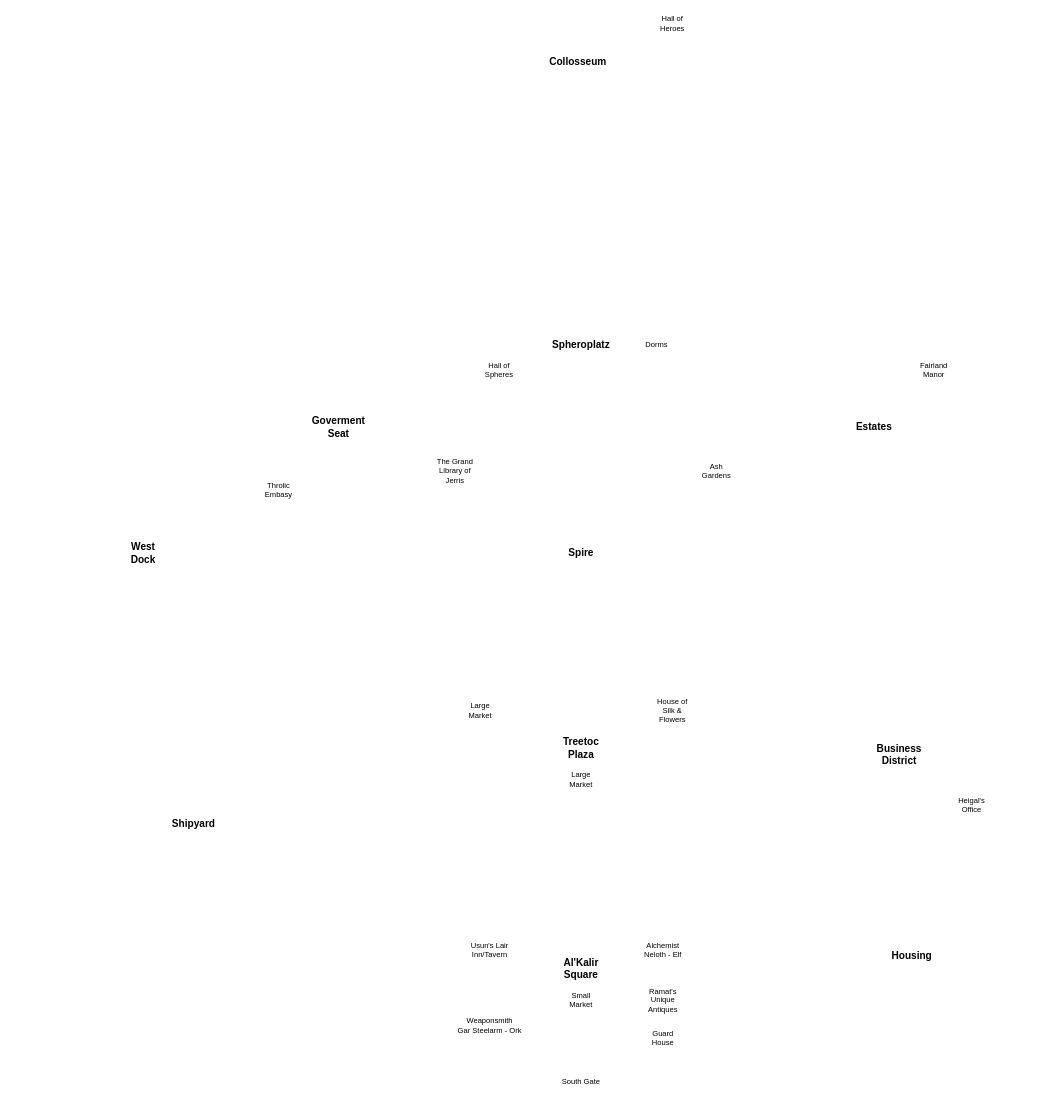
The draw.io diagram Jerris.drawio in marcusspain/drawings, before the edit. Source tidied: cells renumbered, new cells numbered last; positions are measured from the earlier drawing's top-left corner, leaving out a move shared by most shapes. Both pictures are drawn from the tidied source at 63%, with x=0, y=0 at pixel (130, 11).
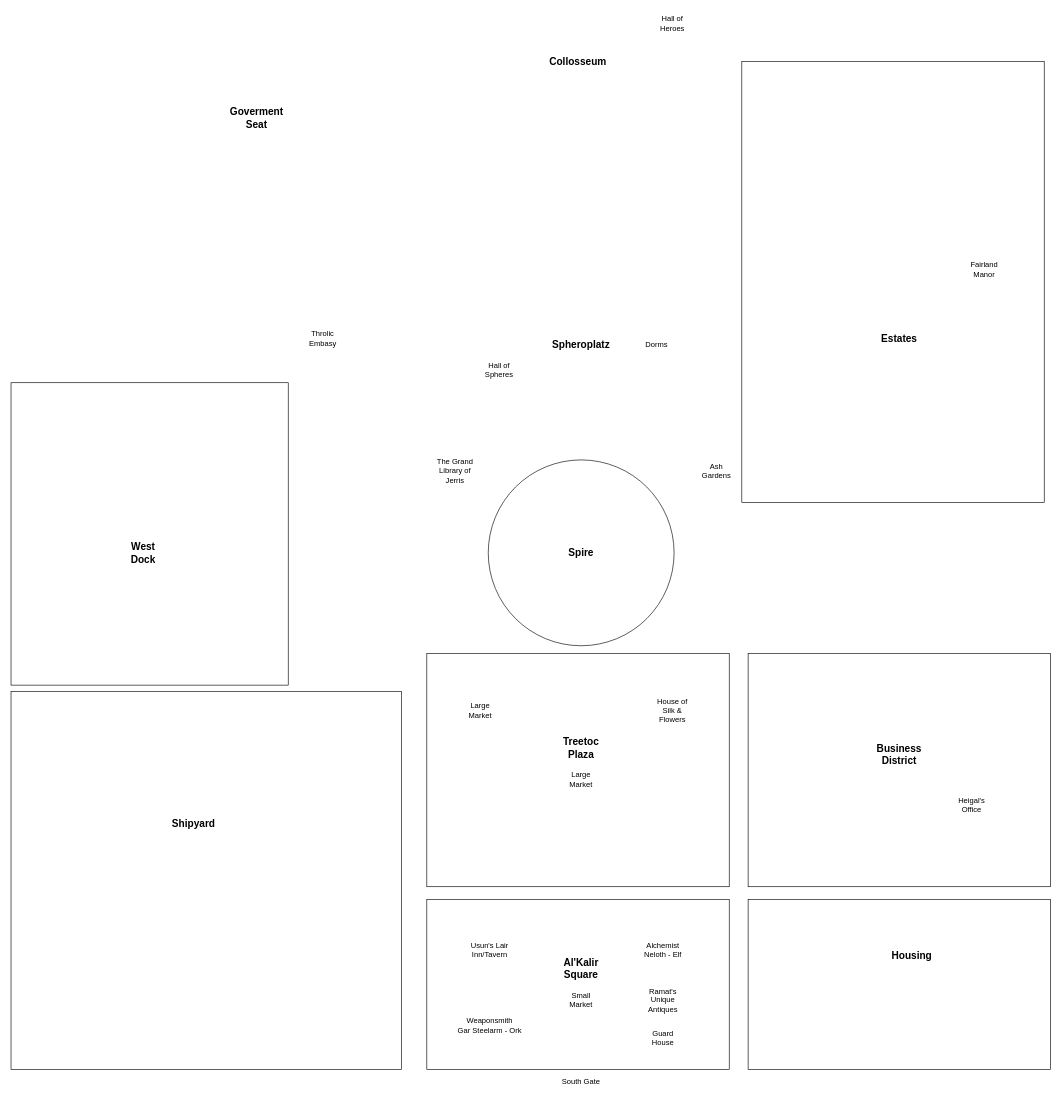
The same page after the edit.

What changed in the source:
```diff
@@
+    <mxCell id="31" style="rounded=0;whiteSpace=wrap;html=1;fillColor=none;fontSize=16;" parent="1" vertex="1">
+      <mxGeometry x="470" y="1410" width="480" height="270" as="geometry" />
+    </mxCell>
+    <mxCell id="32" style="rounded=0;whiteSpace=wrap;html=1;fillColor=none;fontSize=16;" parent="1" vertex="1">
+      <mxGeometry x="-190" y="1080" width="620" height="600" as="geometry" />
+    </mxCell>
+    <mxCell id="33" style="rounded=0;whiteSpace=wrap;html=1;fillColor=none;fontSize=16;" parent="1" vertex="1">
+      <mxGeometry x="-190" y="590" width="440" height="480" as="geometry" />
+    </mxCell>
+    <mxCell id="34" style="rounded=0;whiteSpace=wrap;html=1;fillColor=none;fontSize=16;" parent="1" vertex="1">
+      <mxGeometry x="980" y="1410" width="480" height="270" as="geometry" />
+    </mxCell>
+    <mxCell id="35" style="rounded=0;whiteSpace=wrap;html=1;fillColor=none;fontSize=16;" parent="1" vertex="1">
+      <mxGeometry x="470" y="1020" width="480" height="370" as="geometry" />
+    </mxCell>
+    <mxCell id="36" style="rounded=0;whiteSpace=wrap;html=1;fillColor=none;fontSize=16;" parent="1" vertex="1">
+      <mxGeometry x="980" y="1020" width="480" height="370" as="geometry" />
+    </mxCell>
+    <mxCell id="37" style="rounded=0;whiteSpace=wrap;html=1;fillColor=none;fontSize=16;" parent="1" vertex="1">
+      <mxGeometry x="970" y="80" width="480" height="700" as="geometry" />
+    </mxCell>
@@
     <mxCell id="17" value="Estates" style="text;html=1;strokeColor=none;fillColor=none;align=center;verticalAlign=middle;whiteSpace=wrap;rounded=0;fontSize=16;fontStyle=1;" parent="1" vertex="1">
-      <mxGeometry x="1160" y="650" width="40" height="20" as="geometry" />
+      <mxGeometry x="1200" y="510" width="40" height="20" as="geometry" />
     </mxCell>
     <mxCell id="18" value="Goverment Seat" style="text;html=1;strokeColor=none;fillColor=none;align=center;verticalAlign=middle;whiteSpace=wrap;rounded=0;fontSize=16;fontStyle=1;" parent="1" vertex="1">
-      <mxGeometry x="310" y="650" width="40" height="20" as="geometry" />
+      <mxGeometry x="180" y="160" width="40" height="20" as="geometry" />
     </mxCell>
@@
     <mxCell id="20" value="Throlic Embasy" style="text;html=1;strokeColor=none;fillColor=none;align=center;verticalAlign=middle;whiteSpace=wrap;rounded=0;" parent="1" vertex="1">
-      <mxGeometry x="200" y="740" width="70" height="40" as="geometry" />
+      <mxGeometry x="270" y="500" width="70" height="40" as="geometry" />
     </mxCell>
@@
     <mxCell id="24" value="Fairland Manor" style="text;html=1;strokeColor=none;fillColor=none;align=center;verticalAlign=middle;whiteSpace=wrap;rounded=0;" parent="1" vertex="1">
-      <mxGeometry x="1240" y="550" width="70" height="40" as="geometry" />
+      <mxGeometry x="1320" y="390" width="70" height="40" as="geometry" />
     </mxCell>
@@
+    <mxCell id="38" style="ellipse;whiteSpace=wrap;html=1;fillColor=none;fontSize=16;" parent="1" vertex="1">
+      <mxGeometry x="567.5" y="712.5" width="295" height="295" as="geometry" />
+    </mxCell>
```
